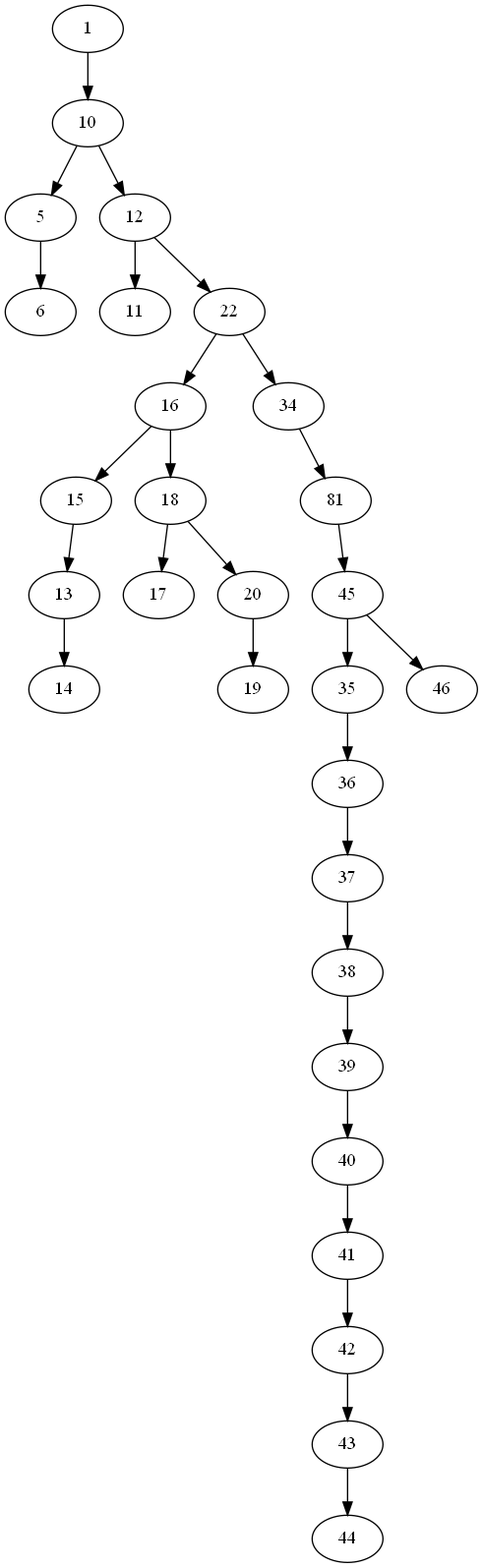
This is lab_06_04/BST.png from xanderkov/TASD, a Graphviz export, as it was before one commit. Its source is kept beside it as lab_06_04/out/BST.gv.
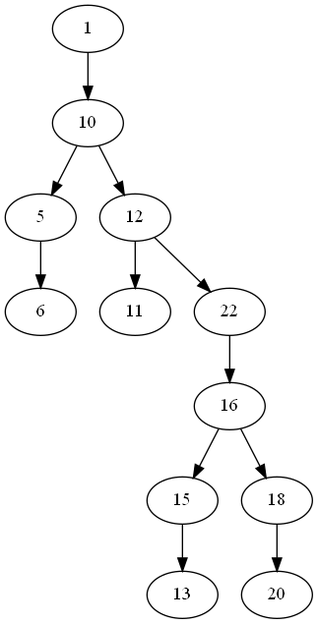
Later version of the same file.

The edit, as a diff of the source:
```diff
@@ -6,25 +6,8 @@
 12 -> 11;
 12 -> 22;
 22 -> 16;
-22 -> 34;
 16 -> 15;
 16 -> 18;
 15 -> 13;
-13 -> 14;
-18 -> 17;
 18 -> 20;
-20 -> 19;
-34 -> 81;
-81 -> 45;
-45 -> 35;
-45 -> 46;
-35 -> 36;
-36 -> 37;
-37 -> 38;
-38 -> 39;
-39 -> 40;
-40 -> 41;
-41 -> 42;
-42 -> 43;
-43 -> 44;
 }
```
